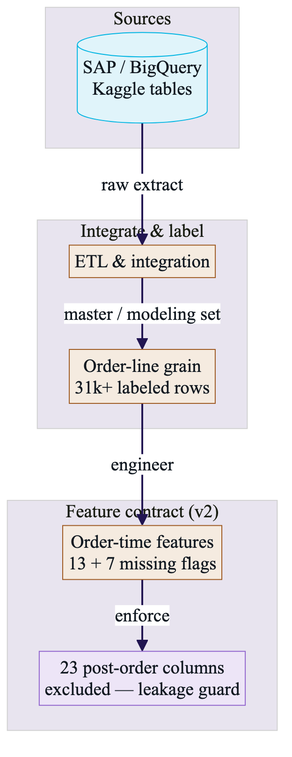
Earlier version of the Mermaid export poster/diagrams/01_data_and_features.png (cruzaddy91/DATA-470_DSCapstone). Its source is kept beside it as poster/diagrams/01_data_and_features.mmd.
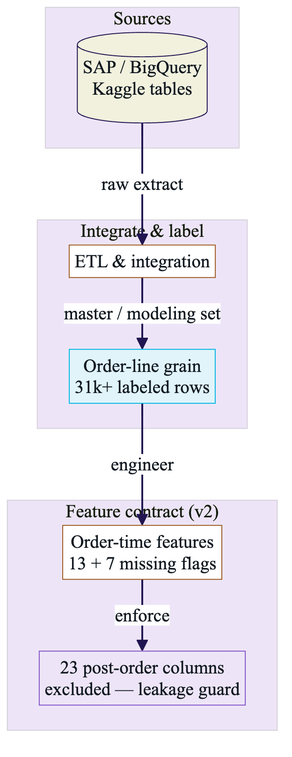
Above is the later version.

Diff of the diagram source:
```diff
@@ -1,3 +1,4 @@
+%%{init: {'theme': 'base', 'flowchart': {'htmlLabels': true}}}%%
 
 flowchart TB
   subgraph S1["Sources"]
@@ -19,10 +20,12 @@
   GRAIN -->|engineer| FEAT
   FEAT -->|enforce| DROP
 
-  classDef source fill:#E0F4FA,stroke:#00B5E2,color:#101820
-  classDef pipeline fill:#F5EBE0,stroke:#9D581F,color:#101820
-  classDef process fill:#EDE5F7,stroke:#9063CD,color:#101820
+  classDef source fill:#F1F1DE,stroke:#211551,color:#101820
+  classDef pipeline fill:#FFFFFF,stroke:#9D581F,color:#101820
+  classDef process fill:#EDE5F7,stroke:#8252C7,color:#101820
+  classDef skyline fill:#E0F4FA,stroke:#00B5E2,color:#101820
 
   class SRC source
-  class ETL,GRAIN,FEAT pipeline
+  class ETL,FEAT pipeline
+  class GRAIN skyline
   class DROP process
```
